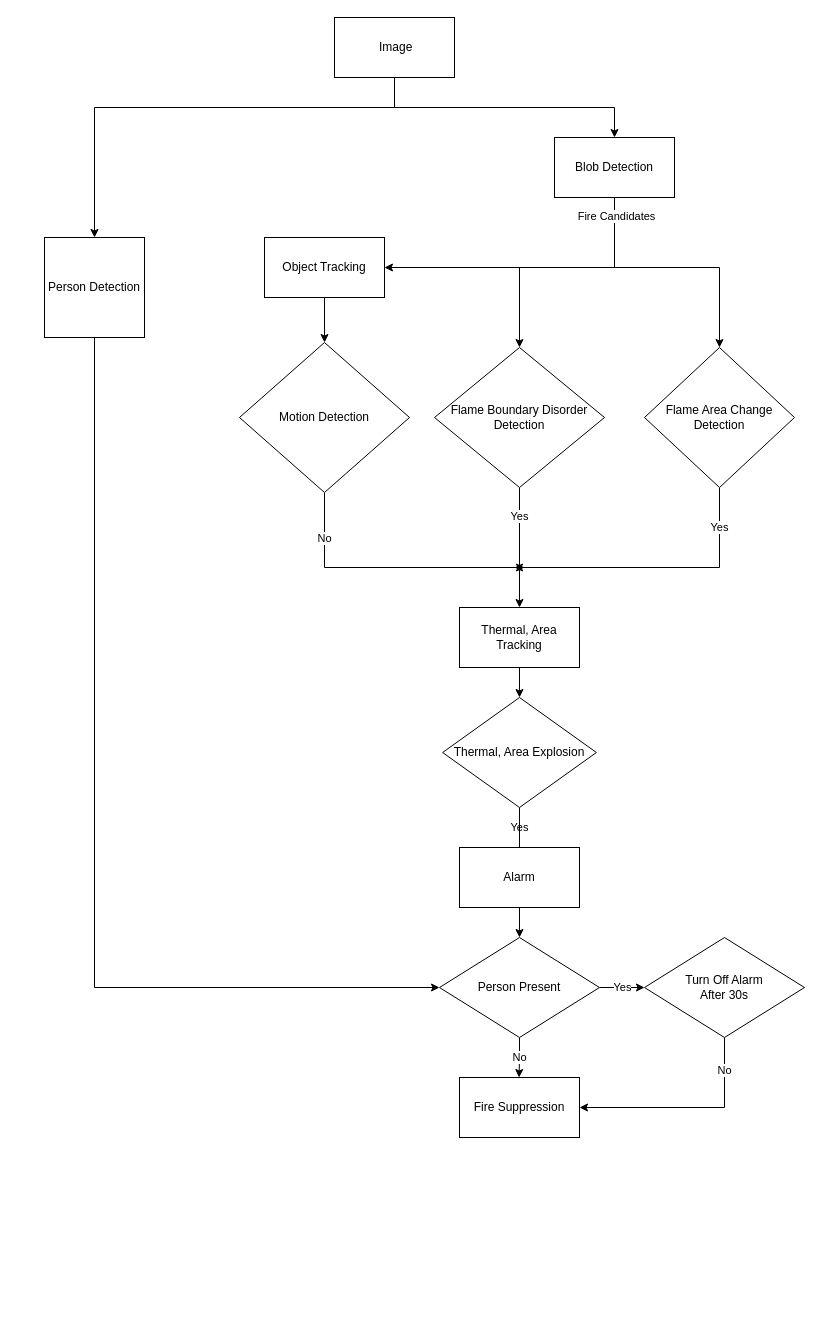
Above: Untitled Diagram.drawio in ThanhHoang198/Product-Sorting-System-based-on-Colour-Sensor (draw.io), before the change. Source tidied: cells renumbered, new cells numbered last; positions are measured from the earlier drawing's top-left corner, leaving out a move shared by most shapes. Both pictures are drawn from the tidied source at 100%, with x=0, y=0 at pixel (44, 17).
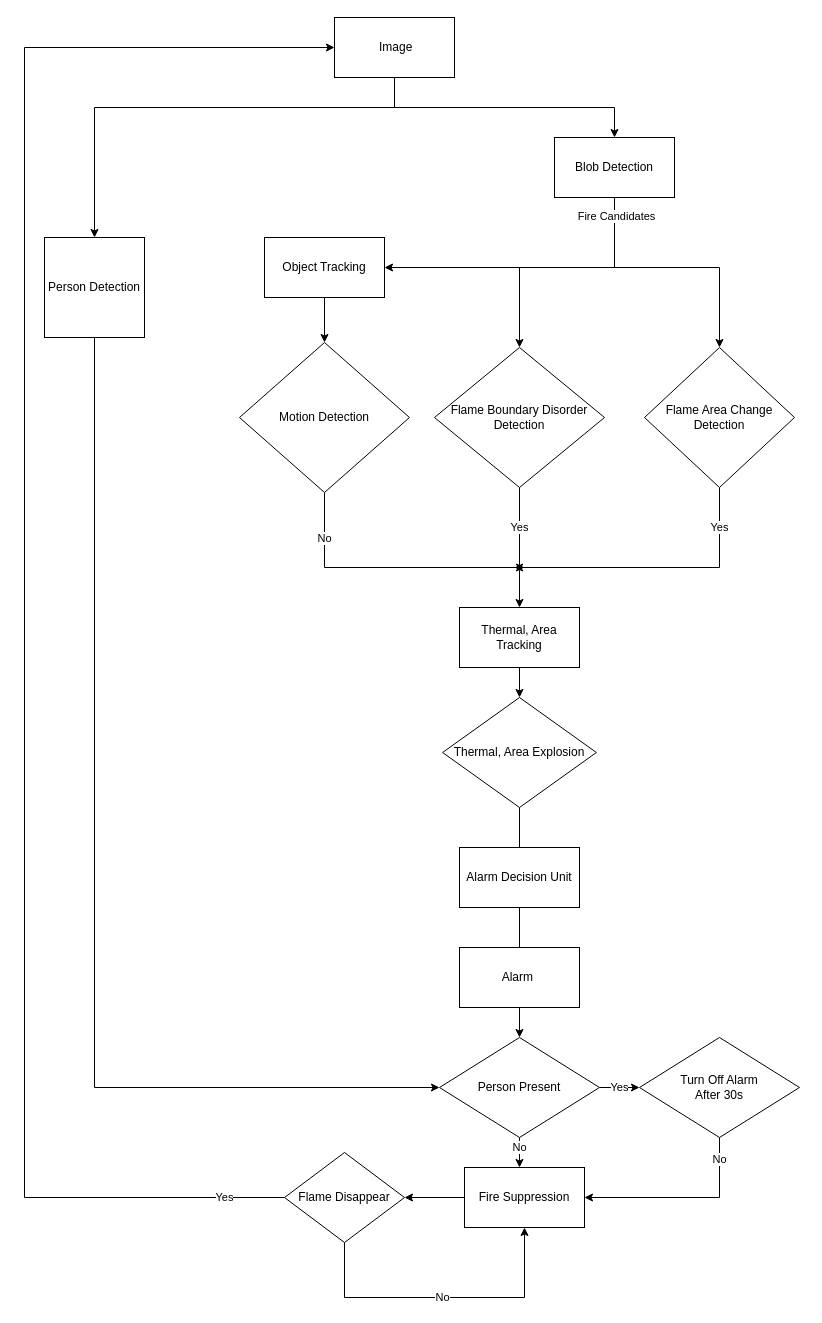
Above is the later version.

The change refers to these unchanged cells:
```xml
<mxCell id="4" value="&amp;nbsp;Image" style="rounded=0;whiteSpace=wrap;html=1;" parent="1" vertex="1">
  <mxGeometry x="290" width="120" height="60" as="geometry" />
</mxCell>
<mxCell id="14" value="Flame Boundary Disorder Detection" style="rhombus;whiteSpace=wrap;html=1;" parent="1" vertex="1">
  <mxGeometry x="390" y="330" width="170" height="140" as="geometry" />
</mxCell>
<mxCell id="20" value="Thermal, Area Tracking" style="rounded=0;whiteSpace=wrap;html=1;" parent="1" vertex="1">
  <mxGeometry x="415" y="590" width="120" height="60" as="geometry" />
</mxCell>
<mxCell id="28" value="Person Detection" style="whiteSpace=wrap;html=1;" parent="1" vertex="1">
  <mxGeometry y="220" width="100" height="100" as="geometry" />
</mxCell>
```

Diff of the diagram source:
```diff
@@
     <mxCell id="5" style="edgeStyle=orthogonalEdgeStyle;rounded=0;jettySize=auto;html=1;entryX=0;entryY=0.5;entryDx=0;entryDy=0;exitX=0.5;exitY=1;exitDx=0;exitDy=0;" parent="1" edge="1" source="28" target="25">
       <mxGeometry x="-0.88" relative="1" as="geometry">
         <Array as="points">
-          <mxPoint x="50" y="970" />
+          <mxPoint x="50" y="1070" />
         </Array>
       </mxGeometry>
     </mxCell>
@@
     <mxCell id="13" value="Yes" style="edgeStyle=orthogonalEdgeStyle;rounded=0;jettySize=auto;html=1;entryX=0.5;entryY=0;entryDx=0;entryDy=0;" parent="1" edge="1" source="14" target="20">
-      <mxGeometry x="-0.52" relative="1" as="geometry" />
+      <mxGeometry x="-0.33" relative="1" as="geometry" />
     </mxCell>
@@
-    <mxCell id="21" value="Yes" style="edgeStyle=orthogonalEdgeStyle;rounded=0;jettySize=auto;html=1;entryX=0.5;entryY=0;entryDx=0;entryDy=0;startArrow=none;" parent="1" edge="1" source="26" target="25">
+    <mxCell id="21" style="edgeStyle=orthogonalEdgeStyle;rounded=0;jettySize=auto;html=1;entryX=0.5;entryY=0;entryDx=0;entryDy=0;startArrow=none;" parent="1" edge="1" source="26" target="25">
       <mxGeometry x="-1" y="-80" relative="1" as="geometry">
         <mxPoint x="80" y="-80" as="offset" />
       </mxGeometry>
     </mxCell>
@@
     <mxCell id="23" value="No" style="edgeStyle=orthogonalEdgeStyle;rounded=0;jettySize=auto;html=1;exitX=0.5;exitY=1;exitDx=0;exitDy=0;" parent="1" edge="1" source="25">
-      <mxGeometry relative="1" as="geometry">
-        <mxPoint x="474.6" y="1060" as="targetPoint" />
+      <mxGeometry x="-0.33" relative="1" as="geometry">
+        <mxPoint x="475" y="1150" as="targetPoint" />
       </mxGeometry>
     </mxCell>
@@
     <mxCell id="25" value="Person Present" style="rhombus;whiteSpace=wrap;html=1;" parent="1" vertex="1">
-      <mxGeometry x="395" y="920" width="160" height="100" as="geometry" />
+      <mxGeometry x="395" y="1020" width="160" height="100" as="geometry" />
     </mxCell>
-    <mxCell id="26" value="Alarm" style="whiteSpace=wrap;html=1;" parent="1" vertex="1">
+    <mxCell id="26" value="Alarm Decision Unit" style="whiteSpace=wrap;html=1;" parent="1" vertex="1">
       <mxGeometry x="415" y="830" width="120" height="60" as="geometry" />
     </mxCell>
@@
+    <mxCell id="32" style="edgeStyle=orthogonalEdgeStyle;rounded=0;jettySize=auto;html=1;" parent="1" edge="1" source="29" target="36">
+      <mxGeometry relative="1" as="geometry" />
+    </mxCell>
     <mxCell id="29" value="Fire Suppression" style="rounded=0;whiteSpace=wrap;html=1;" parent="1" vertex="1">
-      <mxGeometry x="415" y="1060" width="120" height="60" as="geometry" />
+      <mxGeometry x="420" y="1150" width="120" height="60" as="geometry" />
     </mxCell>
-    <mxCell id="30" value="No" style="edgeStyle=orthogonalEdgeStyle;rounded=0;jettySize=auto;html=1;entryX=1;entryY=0.5;entryDx=0;entryDy=0;" parent="1" edge="1" source="31" target="29">
+    <mxCell id="30" value="No" style="edgeStyle=orthogonalEdgeStyle;rounded=0;jettySize=auto;html=1;entryX=1;entryY=0.5;entryDx=0;entryDy=0;" parent="1" edge="1" target="29">
       <mxGeometry x="-0.69" relative="1" as="geometry">
+        <mxPoint x="675" y="1110" as="sourcePoint" />
         <Array as="points">
-          <mxPoint x="680" y="1090" />
+          <mxPoint x="675" y="1180" />
         </Array>
       </mxGeometry>
     </mxCell>
     <mxCell id="31" value="Turn Off Alarm&lt;br&gt;After 30s" style="rhombus;whiteSpace=wrap;html=1;" parent="1" vertex="1">
-      <mxGeometry x="600" y="920" width="160" height="100" as="geometry" />
+      <mxGeometry x="595" y="1020" width="160" height="100" as="geometry" />
     </mxCell>
+    <mxCell id="33" value="Alarm&amp;nbsp;" style="whiteSpace=wrap;html=1;" parent="1" vertex="1">
+      <mxGeometry x="415" y="930" width="120" height="60" as="geometry" />
+    </mxCell>
+    <mxCell id="34" value="No&lt;br&gt;" style="edgeStyle=orthogonalEdgeStyle;rounded=0;jettySize=auto;html=1;exitX=0.5;exitY=1;exitDx=0;exitDy=0;entryX=0.5;entryY=1;entryDx=0;entryDy=0;" parent="1" edge="1" source="36" target="29">
+      <mxGeometry relative="1" as="geometry">
+        <Array as="points">
+          <mxPoint x="300" y="1280" />
+          <mxPoint x="480" y="1280" />
+        </Array>
+      </mxGeometry>
+    </mxCell>
+    <mxCell id="35" value="Yes" style="edgeStyle=orthogonalEdgeStyle;rounded=0;jettySize=auto;html=1;entryX=0;entryY=0.5;entryDx=0;entryDy=0;" parent="1" edge="1" source="36" target="4">
+      <mxGeometry x="-0.93" relative="1" as="geometry">
+        <Array as="points">
+          <mxPoint x="-20" y="1180" />
+          <mxPoint x="-20" y="30" />
+        </Array>
+      </mxGeometry>
+    </mxCell>
+    <mxCell id="36" value="Flame Disappear" style="rhombus;whiteSpace=wrap;html=1;rounded=0;" parent="1" vertex="1">
+      <mxGeometry x="240" y="1135" width="120" height="90" as="geometry" />
+    </mxCell>
```
